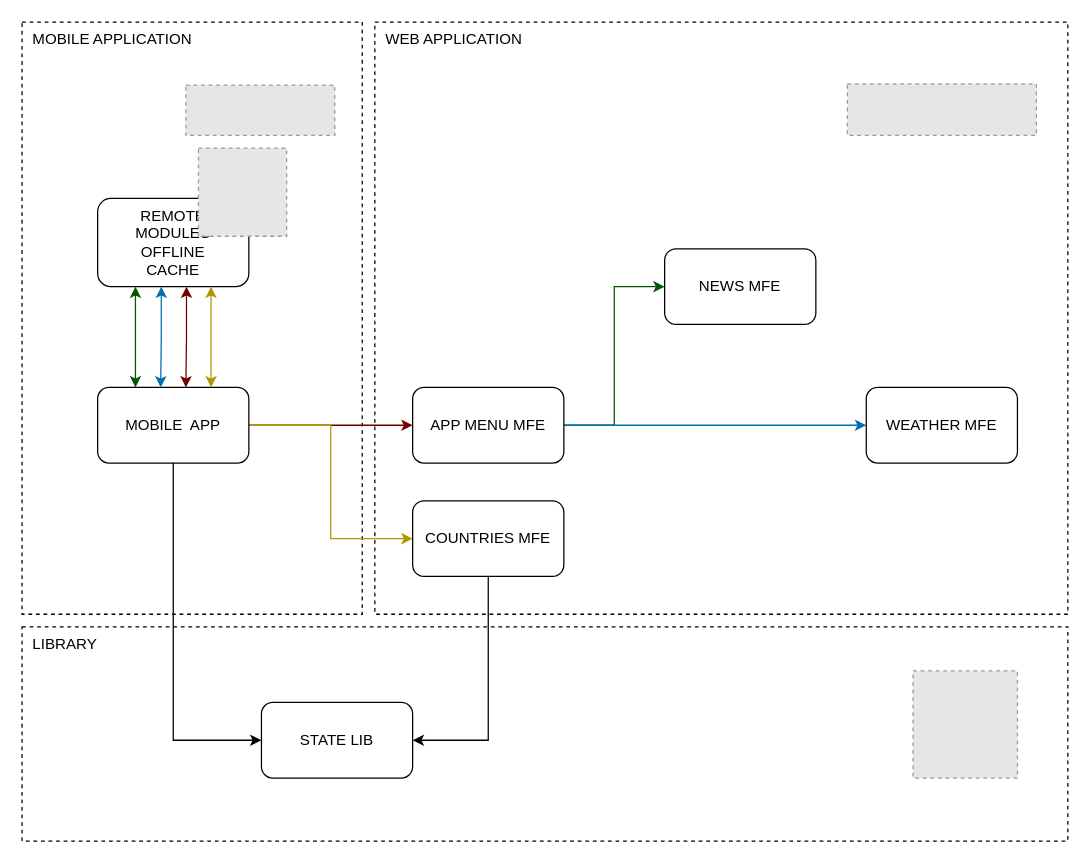
diegodemattos/ionic-angular-native-federation keeps this draw.io diagram as docs/mfe-architecture.drawio. Above is the earlier version. Source tidied: cells renumbered, new cells numbered last; positions are measured from the earlier drawing's top-left corner, leaving out a move shared by most shapes. Both pictures are drawn from the tidied source at 126%, with x=0, y=0 at pixel (21, 21). Pictures stored in the file or linked from it are replaced by grey dashed boxes.
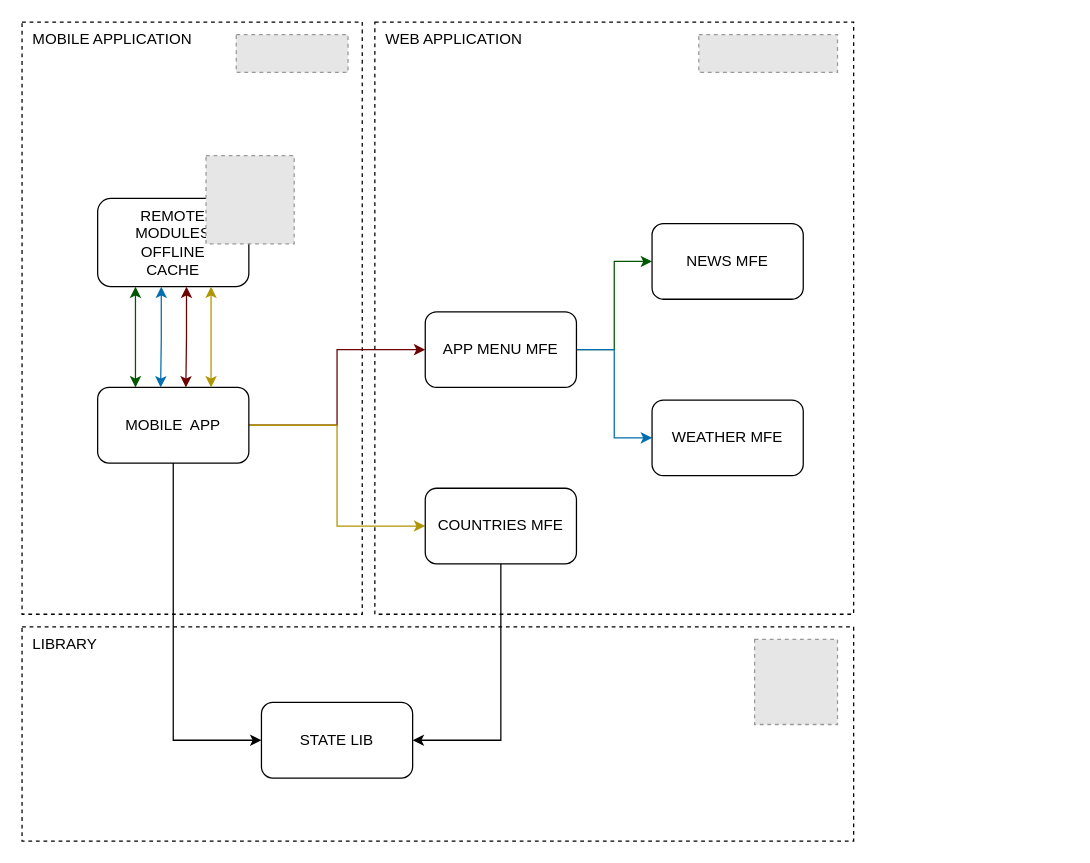
The same diagram, later.

The change refers to these unchanged cells:
```xml
<mxCell id="19" value="STATE LIB" style="rounded=1;whiteSpace=wrap;html=1;" parent="1" vertex="1">
  <mxGeometry x="190" y="540" width="120" height="60" as="geometry" />
</mxCell>
```

Change to the diagram source:
```diff
@@
     <mxCell id="3" value="&amp;nbsp; WEB APPLICATION" style="rounded=0;whiteSpace=wrap;html=1;dashed=1;fillColor=none;align=left;verticalAlign=top;" parent="1" vertex="1">
-      <mxGeometry x="280" width="550" height="470" as="geometry" />
+      <mxGeometry x="280" width="380" height="470" as="geometry" />
     </mxCell>
@@
     <mxCell id="9" style="edgeStyle=orthogonalEdgeStyle;rounded=0;jettySize=auto;html=1;entryX=0;entryY=0.5;entryDx=0;entryDy=0;fillColor=#008a00;strokeColor=#005700;" parent="1" edge="1" source="11" target="12">
-      <mxGeometry relative="1" as="geometry" />
+      <mxGeometry relative="1" as="geometry">
+        <Array as="points">
+          <mxPoint x="470" y="260" />
+          <mxPoint x="470" y="190" />
+        </Array>
+      </mxGeometry>
     </mxCell>
     <mxCell id="10" style="edgeStyle=orthogonalEdgeStyle;rounded=0;jettySize=auto;html=1;entryX=0;entryY=0.5;entryDx=0;entryDy=0;fillColor=#1ba1e2;strokeColor=#006EAF;" parent="1" edge="1" source="11" target="13">
-      <mxGeometry relative="1" as="geometry" />
+      <mxGeometry relative="1" as="geometry">
+        <Array as="points">
+          <mxPoint x="470" y="260" />
+          <mxPoint x="470" y="330" />
+        </Array>
+      </mxGeometry>
     </mxCell>
     <mxCell id="11" value="APP MENU MFE" style="rounded=1;whiteSpace=wrap;html=1;" parent="1" vertex="1">
-      <mxGeometry x="310" y="290" width="120" height="60" as="geometry" />
+      <mxGeometry x="320" y="230" width="120" height="60" as="geometry" />
     </mxCell>
     <mxCell id="12" value="NEWS MFE" style="rounded=1;whiteSpace=wrap;html=1;" parent="1" vertex="1">
-      <mxGeometry x="510" y="180" width="120" height="60" as="geometry" />
+      <mxGeometry x="500" y="160" width="120" height="60" as="geometry" />
     </mxCell>
     <mxCell id="13" value="WEATHER MFE" style="rounded=1;whiteSpace=wrap;html=1;" parent="1" vertex="1">
-      <mxGeometry x="670" y="290" width="120" height="60" as="geometry" />
+      <mxGeometry x="500" y="300" width="120" height="60" as="geometry" />
     </mxCell>
     <mxCell id="14" style="fillColor=#E6E6E6;strokeColor=#999999;dashed=1;" parent="1" vertex="1">
-      <mxGeometry x="130" y="50" width="118.2" height="40" as="geometry" />
+      <mxGeometry x="170" y="10" width="88.7" height="30" as="geometry" />
     </mxCell>
     <mxCell id="15" style="fillColor=#E6E6E6;strokeColor=#999999;dashed=1;" parent="1" vertex="1">
-      <mxGeometry x="655" y="49.1" width="150" height="40.9" as="geometry" />
+      <mxGeometry x="537.1" y="10" width="110.1" height="30" as="geometry" />
     </mxCell>
-    <mxCell id="16" style="edgeStyle=orthogonalEdgeStyle;rounded=0;jettySize=auto;html=1;entryX=1;entryY=0.5;entryDx=0;entryDy=0;" parent="1" edge="1" source="17" target="19">
+    <mxCell id="16" style="edgeStyle=orthogonalEdgeStyle;rounded=0;jettySize=auto;html=1;entryX=1;entryY=0.5;entryDx=0;entryDy=0;exitX=0.5;exitY=1;exitDx=0;exitDy=0;" parent="1" edge="1" source="17" target="19">
       <mxGeometry relative="1" as="geometry" />
     </mxCell>
     <mxCell id="17" value="COUNTRIES MFE" style="rounded=1;whiteSpace=wrap;html=1;" parent="1" vertex="1">
-      <mxGeometry x="310" y="380" width="120" height="60" as="geometry" />
+      <mxGeometry x="320" y="370" width="120" height="60" as="geometry" />
     </mxCell>
     <mxCell id="18" value="&amp;nbsp; LIBRARY" style="rounded=0;whiteSpace=wrap;html=1;dashed=1;fillColor=none;align=left;verticalAlign=top;" parent="1" vertex="1">
-      <mxGeometry y="480" width="830" height="170" as="geometry" />
+      <mxGeometry y="480" width="660" height="170" as="geometry" />
     </mxCell>
@@
     <mxCell id="20" style="fillColor=#E6E6E6;strokeColor=#999999;dashed=1;" parent="1" vertex="1">
-      <mxGeometry x="707.1" y="515" width="82.9" height="85" as="geometry" />
+      <mxGeometry x="581.4" y="490" width="65.8" height="67.5" as="geometry" />
     </mxCell>
@@
     <mxCell id="25" style="fillColor=#E6E6E6;strokeColor=#999999;dashed=1;" parent="1" vertex="1">
-      <mxGeometry x="140" y="100" width="70" height="70" as="geometry" />
+      <mxGeometry x="146" y="106" width="70" height="70" as="geometry" />
     </mxCell>
```
